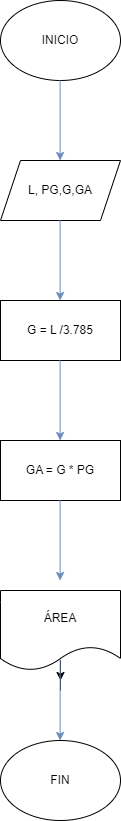
Above: Ejercicio_7_Lucas.png in lucri1384/Pensamiento-computacional (draw.io), before the change. Source tidied: cells renumbered, new cells last; positions are measured from the earlier drawing's top-left corner, leaving out a move shared by most shapes. The source it was exported from:
```xml
<mxGraphModel background="light-dark(#FFFFFF,#FFFFFF)">
  <root>
    <mxCell id="0" />
    <mxCell id="1" parent="0" />
    <mxCell id="2" value="INICIO" style="ellipse;whiteSpace=wrap;html=1;" parent="1" vertex="1">
      <mxGeometry width="120" height="80" as="geometry" />
    </mxCell>
    <mxCell id="3" style="endArrow=classic;html=1;rounded=0;fillColor=#dae8fc;strokeColor=#6c8ebf;" parent="1" edge="1">
      <mxGeometry relative="1" as="geometry">
        <mxPoint x="59.6" y="80" as="sourcePoint" />
        <mxPoint x="59.6" y="160" as="targetPoint" />
      </mxGeometry>
    </mxCell>
    <mxCell id="4" value="L, PG,G,GA" style="shape=parallelogram;perimeter=parallelogramPerimeter;whiteSpace=wrap;html=1;fixedSize=1;" parent="1" vertex="1">
      <mxGeometry y="160" width="120" height="60" as="geometry" />
    </mxCell>
    <mxCell id="5" style="endArrow=classic;html=1;rounded=0;fillColor=#dae8fc;strokeColor=#6c8ebf;" parent="1" edge="1">
      <mxGeometry relative="1" as="geometry">
        <mxPoint x="59.6" y="220" as="sourcePoint" />
        <mxPoint x="59.6" y="300" as="targetPoint" />
      </mxGeometry>
    </mxCell>
    <mxCell id="6" value="G = L /3.785" style="rounded=0;whiteSpace=wrap;html=1;" parent="1" vertex="1">
      <mxGeometry y="300" width="120" height="60" as="geometry" />
    </mxCell>
    <mxCell id="7" style="endArrow=classic;html=1;rounded=0;fillColor=#dae8fc;strokeColor=#6c8ebf;" parent="1" edge="1">
      <mxGeometry relative="1" as="geometry">
        <mxPoint x="59.6" y="360" as="sourcePoint" />
        <mxPoint x="59.6" y="440" as="targetPoint" />
      </mxGeometry>
    </mxCell>
    <mxCell id="8" value="GA = G * PG" style="rounded=0;whiteSpace=wrap;html=1;" parent="1" vertex="1">
      <mxGeometry y="440" width="120" height="60" as="geometry" />
    </mxCell>
    <mxCell id="9" style="endArrow=classic;html=1;rounded=0;fillColor=#dae8fc;strokeColor=#6c8ebf;" parent="1" edge="1">
      <mxGeometry relative="1" as="geometry">
        <mxPoint x="59.6" y="500" as="sourcePoint" />
        <mxPoint x="59.6" y="580" as="targetPoint" />
      </mxGeometry>
    </mxCell>
    <mxCell id="10" style="edgeStyle=orthogonalEdgeStyle;rounded=0;jettySize=auto;html=1;" parent="1" edge="1" source="11">
      <mxGeometry relative="1" as="geometry">
        <mxPoint x="60" y="680" as="targetPoint" />
      </mxGeometry>
    </mxCell>
    <mxCell id="11" value="ÁREA" style="shape=document;whiteSpace=wrap;html=1;boundedLbl=1;" parent="1" vertex="1">
      <mxGeometry y="590" width="120" height="80" as="geometry" />
    </mxCell>
    <mxCell id="12" style="endArrow=classic;html=1;rounded=0;fillColor=#dae8fc;strokeColor=#6c8ebf;" parent="1" edge="1">
      <mxGeometry relative="1" as="geometry">
        <mxPoint x="59.6" y="660" as="sourcePoint" />
        <mxPoint x="59.6" y="740" as="targetPoint" />
      </mxGeometry>
    </mxCell>
    <mxCell id="13" value="FIN" style="ellipse;whiteSpace=wrap;html=1;" parent="1" vertex="1">
      <mxGeometry y="740" width="120" height="80" as="geometry" />
    </mxCell>
  </root>
</mxGraphModel>
```
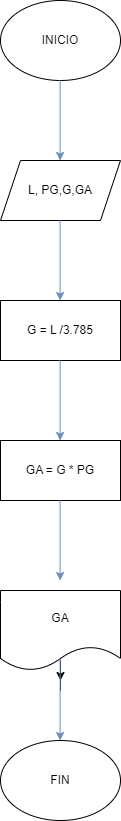
Later version of the same file.

The edit, as a diff of the source:
```diff
@@ -43,7 +43,7 @@
         <mxPoint x="60" y="680" as="targetPoint" />
       </mxGeometry>
     </mxCell>
-    <mxCell id="11" value="ÁREA" style="shape=document;whiteSpace=wrap;html=1;boundedLbl=1;" parent="1" vertex="1">
+    <mxCell id="11" value="GA" style="shape=document;whiteSpace=wrap;html=1;boundedLbl=1;" parent="1" vertex="1">
       <mxGeometry y="590" width="120" height="80" as="geometry" />
     </mxCell>
     <mxCell id="12" style="endArrow=classic;html=1;rounded=0;fillColor=#dae8fc;strokeColor=#6c8ebf;" parent="1" edge="1">
```
